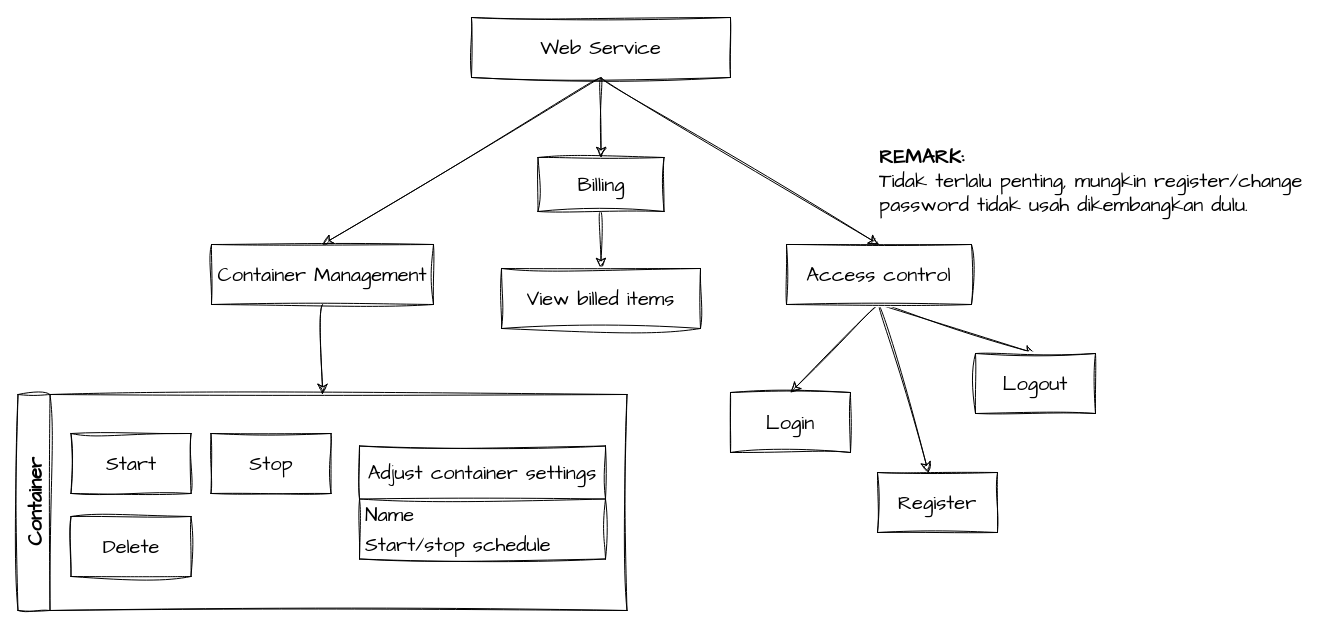
lc-at/dockurr keeps this draw.io diagram as page "website" (3 of 3) of docs/caas-diagram.drawio. Above is the earlier version. Source tidied: cells renumbered, new cells numbered last; positions are measured from the earlier drawing's top-left corner, leaving out a move shared by most shapes. Both pictures are drawn from the tidied source at 100%, with x=0, y=0 at pixel (18, 17).
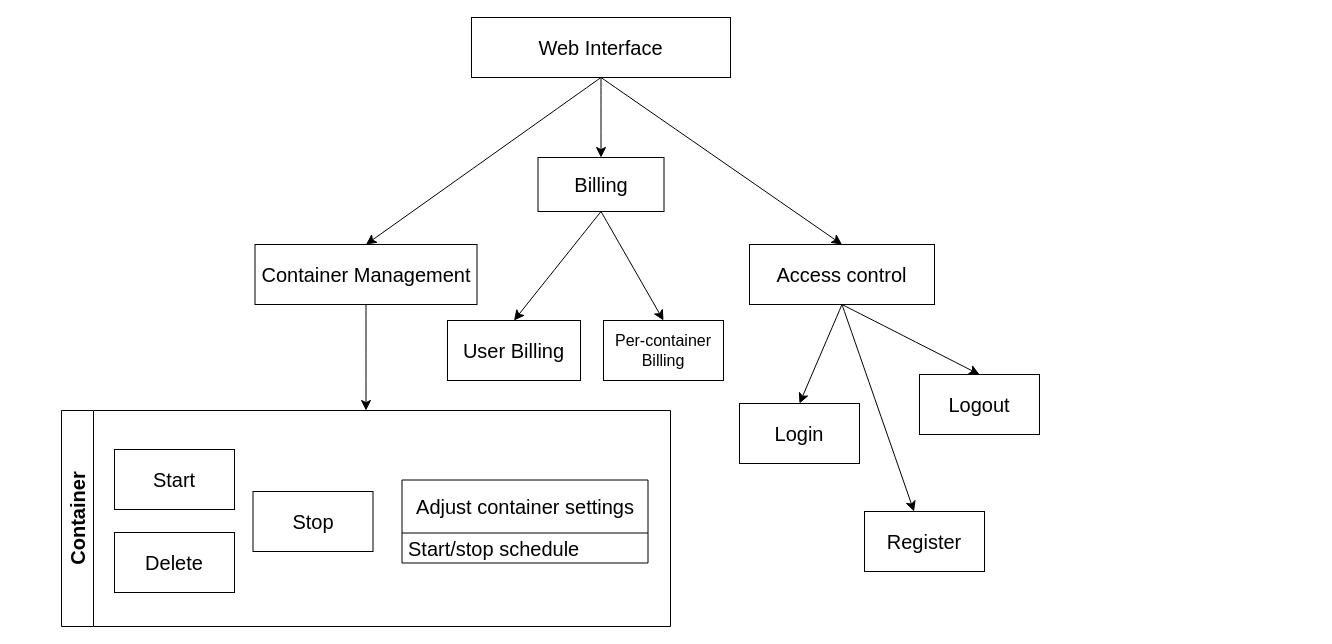
The same diagram, later.

Diff of the diagram source:
```diff
@@
-    <mxCell id="2" value="Container" style="swimlane;horizontal=0;whiteSpace=wrap;html=1;sketch=1;hachureGap=4;jiggle=2;curveFitting=1;fontFamily=Architects Daughter;fontSize=20;startSize=32;" parent="1" vertex="1">
-      <mxGeometry x="-0.5" y="377" width="609" height="216" as="geometry" />
+    <mxCell id="2" value="Container" style="swimlane;horizontal=0;whiteSpace=wrap;html=1;hachureGap=4;fontFamily=Helvetica;fontSize=20;startSize=32;" parent="1" vertex="1">
+      <mxGeometry x="43" y="393" width="609" height="216" as="geometry" />
     </mxCell>
-    <mxCell id="3" value="Adjust container settings" style="swimlane;fontStyle=0;horizontal=1;startSize=53;whiteSpace=wrap;html=1;sketch=1;hachureGap=4;jiggle=2;curveFitting=1;fontFamily=Architects Daughter;fontSize=20;" parent="2" vertex="1">
-      <mxGeometry x="341.5" y="51.5" width="246" height="113" as="geometry" />
+    <mxCell id="3" value="Adjust container settings" style="swimlane;fontStyle=0;horizontal=1;startSize=53;whiteSpace=wrap;html=1;hachureGap=4;fontFamily=Helvetica;fontSize=20;" parent="2" vertex="1">
+      <mxGeometry x="340.5" y="69.5" width="246" height="83" as="geometry" />
     </mxCell>
-    <mxCell id="4" value="Name" style="text;strokeColor=none;fillColor=none;align=left;verticalAlign=middle;spacingLeft=4;spacingRight=4;overflow=hidden;whiteSpace=wrap;html=1;fontSize=20;fontFamily=Architects Daughter;" parent="3" vertex="1">
-      <mxGeometry y="53" width="246" height="30" as="geometry" />
-    </mxCell>
-    <mxCell id="5" value="Start/stop schedule" style="text;strokeColor=none;fillColor=none;align=left;verticalAlign=middle;spacingLeft=4;spacingRight=4;overflow=hidden;whiteSpace=wrap;html=1;fontSize=20;fontFamily=Architects Daughter;" parent="3" vertex="1">
-      <mxGeometry y="83" width="246" height="30" as="geometry" />
+    <mxCell id="5" value="Start/stop schedule" style="text;strokeColor=none;fillColor=none;align=left;verticalAlign=middle;spacingLeft=4;spacingRight=4;overflow=hidden;whiteSpace=wrap;html=1;fontSize=20;fontFamily=Helvetica;" parent="3" vertex="1">
+      <mxGeometry y="53" width="246" height="30" as="geometry" />
     </mxCell>
-    <mxCell id="6" value="Start" style="rounded=0;whiteSpace=wrap;html=1;sketch=1;hachureGap=4;jiggle=2;curveFitting=1;fontFamily=Architects Daughter;fontSize=20;" parent="2" vertex="1">
+    <mxCell id="6" value="Start" style="rounded=0;whiteSpace=wrap;html=1;hachureGap=4;fontFamily=Helvetica;fontSize=20;" parent="2" vertex="1">
       <mxGeometry x="53" y="39" width="120" height="60" as="geometry" />
     </mxCell>
-    <mxCell id="7" style="edgeStyle=none;curved=1;rounded=0;sketch=1;hachureGap=4;jiggle=2;curveFitting=1;orthogonalLoop=1;jettySize=auto;html=1;exitX=0.75;exitY=1;exitDx=0;exitDy=0;fontFamily=Architects Daughter;fontSize=16;startSize=8;endSize=8;" parent="2" edge="1" source="6" target="6">
+    <mxCell id="7" style="edgeStyle=none;curved=1;rounded=0;hachureGap=4;orthogonalLoop=1;jettySize=auto;html=1;exitX=0.75;exitY=1;exitDx=0;exitDy=0;fontFamily=Helvetica;fontSize=16;startSize=8;endSize=8;" parent="2" edge="1" source="6" target="6">
       <mxGeometry relative="1" as="geometry" />
     </mxCell>
-    <mxCell id="8" value="Stop" style="rounded=0;whiteSpace=wrap;html=1;sketch=1;hachureGap=4;jiggle=2;curveFitting=1;fontFamily=Architects Daughter;fontSize=20;" parent="2" vertex="1">
-      <mxGeometry x="193" y="39" width="120" height="60" as="geometry" />
+    <mxCell id="8" value="Stop" style="rounded=0;whiteSpace=wrap;html=1;hachureGap=4;fontFamily=Helvetica;fontSize=20;" parent="2" vertex="1">
+      <mxGeometry x="191.5" y="81" width="120" height="60" as="geometry" />
     </mxCell>
-    <mxCell id="9" value="Delete" style="rounded=0;whiteSpace=wrap;html=1;sketch=1;hachureGap=4;jiggle=2;curveFitting=1;fontFamily=Architects Daughter;fontSize=20;" parent="2" vertex="1">
+    <mxCell id="9" value="Delete" style="rounded=0;whiteSpace=wrap;html=1;hachureGap=4;fontFamily=Helvetica;fontSize=20;" parent="2" vertex="1">
       <mxGeometry x="53" y="122" width="120" height="60" as="geometry" />
     </mxCell>
-    <mxCell id="10" style="edgeStyle=none;curved=1;rounded=0;sketch=1;hachureGap=4;jiggle=2;curveFitting=1;jettySize=auto;html=1;exitX=0.5;exitY=1;exitDx=0;exitDy=0;entryX=0.5;entryY=0;entryDx=0;entryDy=0;fontFamily=Architects Daughter;fontSize=16;startSize=8;endSize=8;" parent="1" edge="1" source="11" target="2">
+    <mxCell id="10" style="edgeStyle=none;curved=1;rounded=0;hachureGap=4;jettySize=auto;html=1;exitX=0.5;exitY=1;exitDx=0;exitDy=0;entryX=0.5;entryY=0;entryDx=0;entryDy=0;fontFamily=Helvetica;fontSize=16;startSize=8;endSize=8;" parent="1" edge="1" source="11" target="2">
       <mxGeometry relative="1" as="geometry" />
     </mxCell>
-    <mxCell id="11" value="Container Management" style="rounded=0;whiteSpace=wrap;html=1;sketch=1;hachureGap=4;jiggle=2;curveFitting=1;fontFamily=Architects Daughter;fontSize=20;" parent="1" vertex="1">
-      <mxGeometry x="193" y="227" width="222" height="60" as="geometry" />
+    <mxCell id="11" value="Container Management" style="rounded=0;whiteSpace=wrap;html=1;hachureGap=4;fontFamily=Helvetica;fontSize=20;" parent="1" vertex="1">
+      <mxGeometry x="236.5" y="227" width="222" height="60" as="geometry" />
     </mxCell>
-    <mxCell id="12" style="edgeStyle=none;curved=1;rounded=0;sketch=1;hachureGap=4;jiggle=2;curveFitting=1;jettySize=auto;html=1;exitX=0.5;exitY=1;exitDx=0;exitDy=0;entryX=0.5;entryY=0;entryDx=0;entryDy=0;fontFamily=Architects Daughter;fontSize=16;startSize=8;endSize=8;" parent="1" edge="1" source="13" target="22">
+    <mxCell id="12" style="edgeStyle=none;curved=1;rounded=0;hachureGap=4;jettySize=auto;html=1;exitX=0.5;exitY=1;exitDx=0;exitDy=0;entryX=0.5;entryY=0;entryDx=0;entryDy=0;fontFamily=Helvetica;fontSize=16;startSize=8;endSize=8;" parent="1" edge="1" source="13" target="22">
       <mxGeometry relative="1" as="geometry" />
     </mxCell>
+    <mxCell id="27" style="edgeStyle=none;curved=1;rounded=0;jettySize=auto;html=1;exitX=0.5;exitY=1;exitDx=0;exitDy=0;entryX=0.5;entryY=0;entryDx=0;entryDy=0;fontSize=12;startSize=8;endSize=8;" parent="1" edge="1" source="13" target="28">
+      <mxGeometry relative="1" as="geometry" />
+    </mxCell>
-    <mxCell id="13" value="Billing" style="rounded=0;whiteSpace=wrap;html=1;sketch=1;hachureGap=4;jiggle=2;curveFitting=1;fontFamily=Architects Daughter;fontSize=20;" parent="1" vertex="1">
+    <mxCell id="13" value="Billing" style="rounded=0;whiteSpace=wrap;html=1;hachureGap=4;fontFamily=Helvetica;fontSize=20;" parent="1" vertex="1">
       <mxGeometry x="519.5" y="140" width="126" height="54" as="geometry" />
     </mxCell>
-    <mxCell id="14" style="edgeStyle=none;curved=1;rounded=0;sketch=1;hachureGap=4;jiggle=2;curveFitting=1;jettySize=auto;html=1;exitX=0.5;exitY=1;exitDx=0;exitDy=0;entryX=0.5;entryY=0;entryDx=0;entryDy=0;fontFamily=Architects Daughter;fontSize=16;startSize=8;endSize=8;" parent="1" edge="1" source="17" target="23">
+    <mxCell id="14" style="edgeStyle=none;curved=1;rounded=0;hachureGap=4;jettySize=auto;html=1;exitX=0.5;exitY=1;exitDx=0;exitDy=0;entryX=0.5;entryY=0;entryDx=0;entryDy=0;fontFamily=Helvetica;fontSize=16;startSize=8;endSize=8;" parent="1" edge="1" source="17" target="23">
       <mxGeometry relative="1" as="geometry" />
     </mxCell>
-    <mxCell id="15" style="edgeStyle=none;curved=1;rounded=0;sketch=1;hachureGap=4;jiggle=2;curveFitting=1;jettySize=auto;html=1;exitX=0.5;exitY=1;exitDx=0;exitDy=0;entryX=0.5;entryY=0;entryDx=0;entryDy=0;fontFamily=Architects Daughter;fontSize=16;startSize=8;endSize=8;" parent="1" edge="1" source="17" target="24">
+    <mxCell id="15" style="edgeStyle=none;curved=1;rounded=0;hachureGap=4;jettySize=auto;html=1;exitX=0.5;exitY=1;exitDx=0;exitDy=0;entryX=0.5;entryY=0;entryDx=0;entryDy=0;fontFamily=Helvetica;fontSize=16;startSize=8;endSize=8;" parent="1" edge="1" source="17" target="24">
       <mxGeometry relative="1" as="geometry" />
     </mxCell>
-    <mxCell id="16" style="edgeStyle=none;curved=1;rounded=0;sketch=1;hachureGap=4;jiggle=2;curveFitting=1;jettySize=auto;html=1;exitX=0.5;exitY=1;exitDx=0;exitDy=0;fontFamily=Architects Daughter;fontSize=16;startSize=8;endSize=8;" parent="1" edge="1" source="17" target="25">
+    <mxCell id="16" style="edgeStyle=none;curved=1;rounded=0;hachureGap=4;jettySize=auto;html=1;exitX=0.5;exitY=1;exitDx=0;exitDy=0;fontFamily=Helvetica;fontSize=16;startSize=8;endSize=8;" parent="1" edge="1" source="17" target="25">
       <mxGeometry relative="1" as="geometry" />
     </mxCell>
-    <mxCell id="17" value="Access control" style="rounded=0;whiteSpace=wrap;html=1;sketch=1;hachureGap=4;jiggle=2;curveFitting=1;fontFamily=Architects Daughter;fontSize=20;" parent="1" vertex="1">
-      <mxGeometry x="768" y="227" width="185" height="60" as="geometry" />
+    <mxCell id="17" value="Access control" style="rounded=0;whiteSpace=wrap;html=1;hachureGap=4;fontFamily=Helvetica;fontSize=20;" parent="1" vertex="1">
+      <mxGeometry x="731" y="227" width="185" height="60" as="geometry" />
     </mxCell>
-    <mxCell id="18" style="edgeStyle=none;curved=1;rounded=0;sketch=1;hachureGap=4;jiggle=2;curveFitting=1;jettySize=auto;html=1;exitX=0.5;exitY=1;exitDx=0;exitDy=0;entryX=0.5;entryY=0;entryDx=0;entryDy=0;fontFamily=Architects Daughter;fontSize=16;startSize=8;endSize=8;" parent="1" edge="1" source="21" target="11">
+    <mxCell id="18" style="edgeStyle=none;curved=1;rounded=0;hachureGap=4;jettySize=auto;html=1;exitX=0.5;exitY=1;exitDx=0;exitDy=0;entryX=0.5;entryY=0;entryDx=0;entryDy=0;fontFamily=Helvetica;fontSize=16;startSize=8;endSize=8;" parent="1" edge="1" source="21" target="11">
       <mxGeometry relative="1" as="geometry" />
     </mxCell>
-    <mxCell id="19" style="edgeStyle=none;curved=1;rounded=0;sketch=1;hachureGap=4;jiggle=2;curveFitting=1;jettySize=auto;html=1;exitX=0.5;exitY=1;exitDx=0;exitDy=0;entryX=0.5;entryY=0;entryDx=0;entryDy=0;fontFamily=Architects Daughter;fontSize=16;startSize=8;endSize=8;" parent="1" edge="1" source="21" target="13">
+    <mxCell id="19" style="edgeStyle=none;curved=1;rounded=0;hachureGap=4;jettySize=auto;html=1;exitX=0.5;exitY=1;exitDx=0;exitDy=0;entryX=0.5;entryY=0;entryDx=0;entryDy=0;fontFamily=Helvetica;fontSize=16;startSize=8;endSize=8;" parent="1" edge="1" source="21" target="13">
       <mxGeometry relative="1" as="geometry" />
     </mxCell>
-    <mxCell id="20" style="edgeStyle=none;curved=1;rounded=0;sketch=1;hachureGap=4;jiggle=2;curveFitting=1;jettySize=auto;html=1;exitX=0.5;exitY=1;exitDx=0;exitDy=0;entryX=0.5;entryY=0;entryDx=0;entryDy=0;fontFamily=Architects Daughter;fontSize=16;startSize=8;endSize=8;" parent="1" edge="1" source="21" target="17">
+    <mxCell id="20" style="edgeStyle=none;curved=1;rounded=0;hachureGap=4;jettySize=auto;html=1;exitX=0.5;exitY=1;exitDx=0;exitDy=0;entryX=0.5;entryY=0;entryDx=0;entryDy=0;fontFamily=Helvetica;fontSize=16;startSize=8;endSize=8;" parent="1" edge="1" source="21" target="17">
       <mxGeometry relative="1" as="geometry" />
     </mxCell>
-    <mxCell id="21" value="Web Service" style="whiteSpace=wrap;html=1;sketch=1;hachureGap=4;jiggle=2;curveFitting=1;fontFamily=Architects Daughter;fontSize=20;" parent="1" vertex="1">
+    <mxCell id="21" value="Web Interface" style="whiteSpace=wrap;html=1;hachureGap=4;fontFamily=Helvetica;fontSize=20;" parent="1" vertex="1">
       <mxGeometry x="453" width="259" height="60" as="geometry" />
     </mxCell>
-    <mxCell id="22" value="View billed items" style="whiteSpace=wrap;html=1;sketch=1;hachureGap=4;jiggle=2;curveFitting=1;fontFamily=Architects Daughter;fontSize=20;" parent="1" vertex="1">
-      <mxGeometry x="483" y="251" width="199" height="60" as="geometry" />
+    <mxCell id="22" value="User Billing" style="whiteSpace=wrap;html=1;hachureGap=4;fontFamily=Helvetica;fontSize=20;" parent="1" vertex="1">
+      <mxGeometry x="429" y="303" width="133" height="60" as="geometry" />
     </mxCell>
-    <mxCell id="23" value="Login" style="whiteSpace=wrap;html=1;sketch=1;hachureGap=4;jiggle=2;curveFitting=1;fontFamily=Architects Daughter;fontSize=20;" parent="1" vertex="1">
-      <mxGeometry x="712" y="375" width="120" height="60" as="geometry" />
+    <mxCell id="23" value="Login" style="whiteSpace=wrap;html=1;hachureGap=4;fontFamily=Helvetica;fontSize=20;" parent="1" vertex="1">
+      <mxGeometry x="721" y="386" width="120" height="60" as="geometry" />
     </mxCell>
-    <mxCell id="24" value="Logout" style="whiteSpace=wrap;html=1;sketch=1;hachureGap=4;jiggle=2;curveFitting=1;fontFamily=Architects Daughter;fontSize=20;" parent="1" vertex="1">
-      <mxGeometry x="957" y="336" width="120" height="60" as="geometry" />
+    <mxCell id="24" value="Logout" style="whiteSpace=wrap;html=1;hachureGap=4;fontFamily=Helvetica;fontSize=20;" parent="1" vertex="1">
+      <mxGeometry x="901" y="357" width="120" height="60" as="geometry" />
     </mxCell>
-    <mxCell id="25" value="Register" style="whiteSpace=wrap;html=1;sketch=1;hachureGap=4;jiggle=2;curveFitting=1;fontFamily=Architects Daughter;fontSize=20;" parent="1" vertex="1">
-      <mxGeometry x="859" y="455" width="120" height="60" as="geometry" />
+    <mxCell id="25" value="Register" style="whiteSpace=wrap;html=1;hachureGap=4;fontFamily=Helvetica;fontSize=20;" parent="1" vertex="1">
+      <mxGeometry x="846" y="494" width="120" height="60" as="geometry" />
     </mxCell>
-    <mxCell id="26" value="&lt;b&gt;REMARK:&lt;br&gt;&lt;/b&gt;Tidak terlalu penting, mungkin register/change password tidak usah dikembangkan dulu." style="text;strokeColor=none;align=left;fillColor=none;html=1;verticalAlign=middle;whiteSpace=wrap;rounded=0;fontSize=20;fontFamily=Architects Daughter;" parent="1" vertex="1">
-      <mxGeometry x="859" y="148" width="437.7" height="30" as="geometry" />
-    </mxCell>
+    <mxCell id="28" value="Per-container Billing" style="whiteSpace=wrap;html=1;fontSize=16;" parent="1" vertex="1">
+      <mxGeometry x="585" y="303" width="120" height="60" as="geometry" />
+    </mxCell>
```
